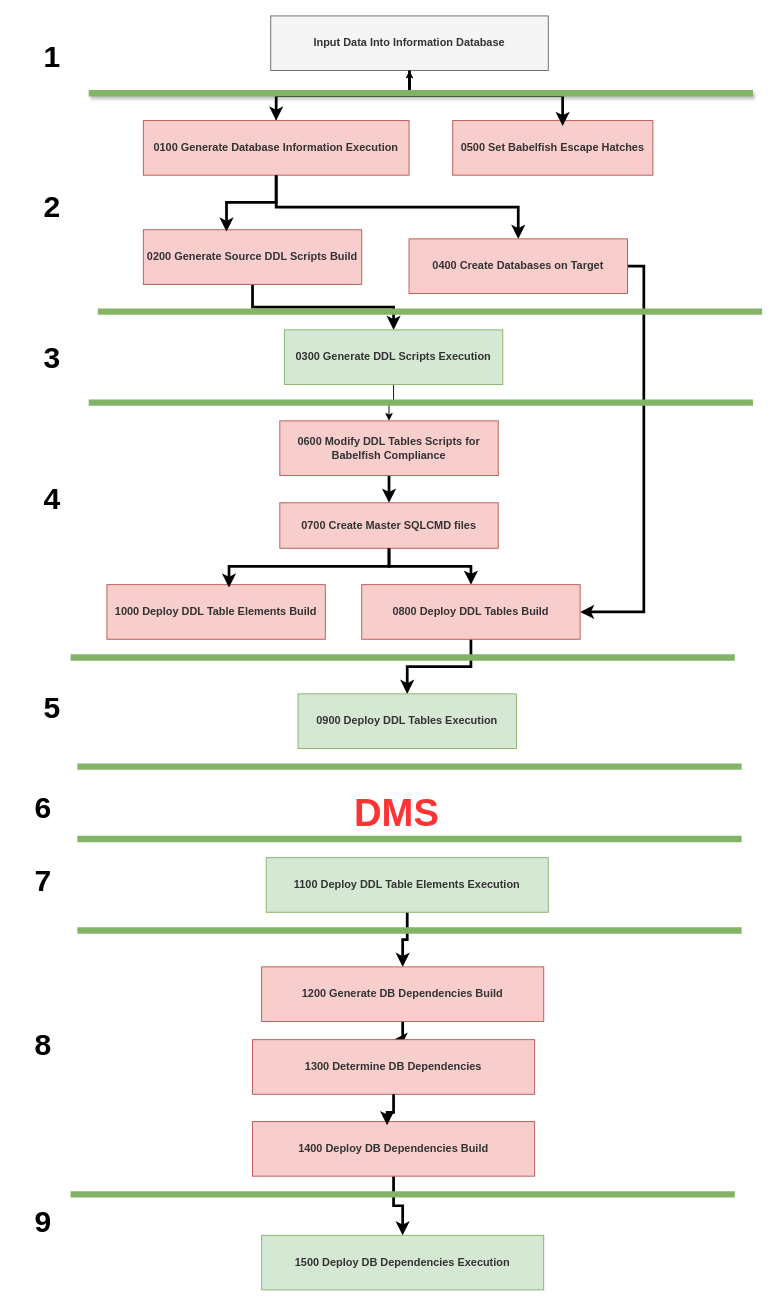
Above: Untitled Diagram.drawio in smpetersgithub/draw-diagrams-depot (draw.io), before the change. Source tidied: cells renumbered, new cells numbered last; positions are measured from the earlier drawing's top-left corner, leaving out a move shared by most shapes. Both pictures are drawn from the tidied source at 91%, with x=0, y=0 at pixel (15, 15).
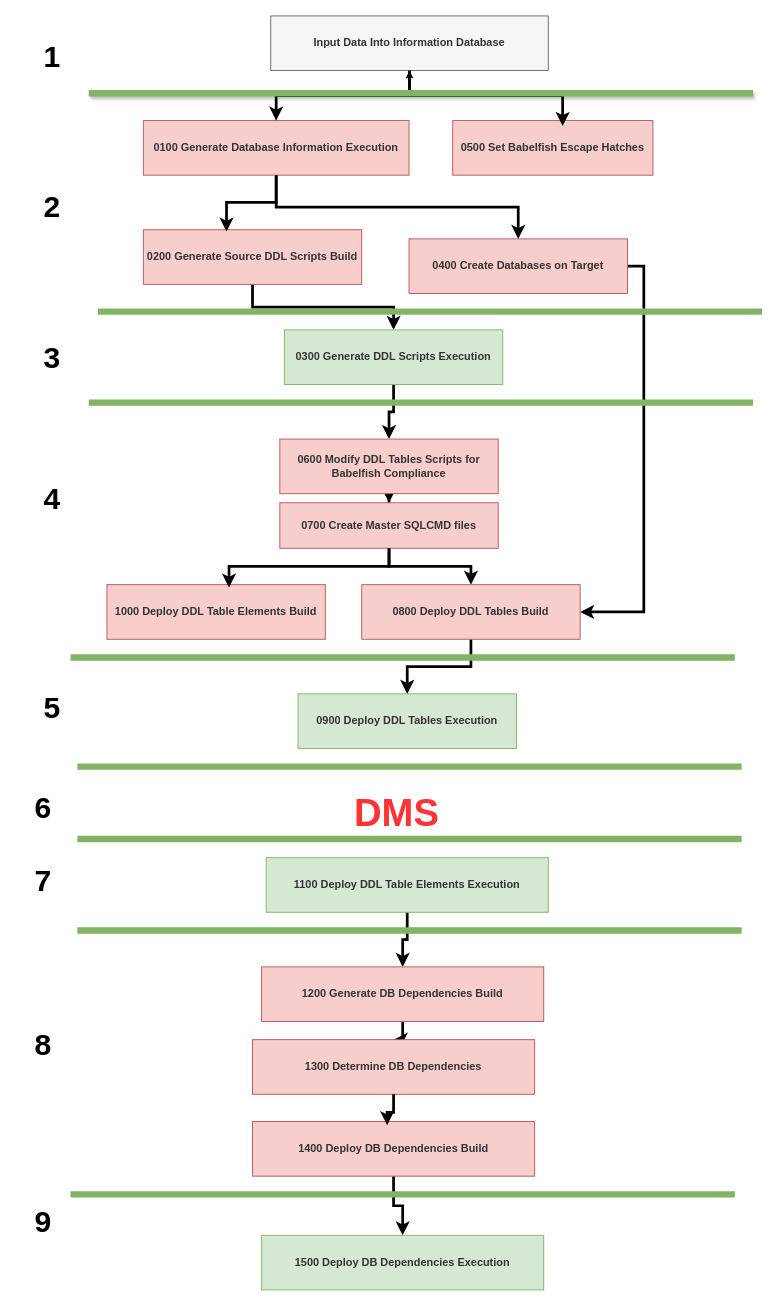
Above is the later version.

Commit message:
Babelfish Deployment Utility Alpha Workflow.drawio

Unchanged cells that the change refers to:
```xml
<mxCell id="10" value="&lt;span style=&quot;color: rgb(51, 51, 51);&quot;&gt;&lt;b&gt;0300 Generate DDL Scripts Execution&lt;/b&gt;&lt;/span&gt;" style="rounded=0;whiteSpace=wrap;html=1;fillColor=#d5e8d4;strokeColor=#82b366;" parent="1" vertex="1">
  <mxGeometry x="295" y="345" width="240" height="60" as="geometry" />
</mxCell>
```

Change to the diagram source:
```diff
@@
-    <mxCell id="9" style="edgeStyle=orthogonalEdgeStyle;rounded=0;jettySize=auto;html=1;" parent="1" edge="1" source="10" target="15">
+    <mxCell id="9" style="edgeStyle=orthogonalEdgeStyle;rounded=0;jettySize=auto;html=1;strokeWidth=3;" parent="1" edge="1" source="10" target="15">
       <mxGeometry relative="1" as="geometry" />
     </mxCell>
@@
     <mxCell id="15" value="&lt;span style=&quot;color: rgb(51, 51, 51);&quot;&gt;&lt;b&gt;0600 Modify DDL Tables Scripts for Babelfish Compliance&lt;/b&gt;&lt;/span&gt;" style="rounded=0;whiteSpace=wrap;html=1;fillColor=#f8cecc;strokeColor=#b85450;" parent="1" vertex="1">
-      <mxGeometry x="290" y="445" width="240" height="60" as="geometry" />
+      <mxGeometry x="290" y="465" width="240" height="60" as="geometry" />
     </mxCell>
```
